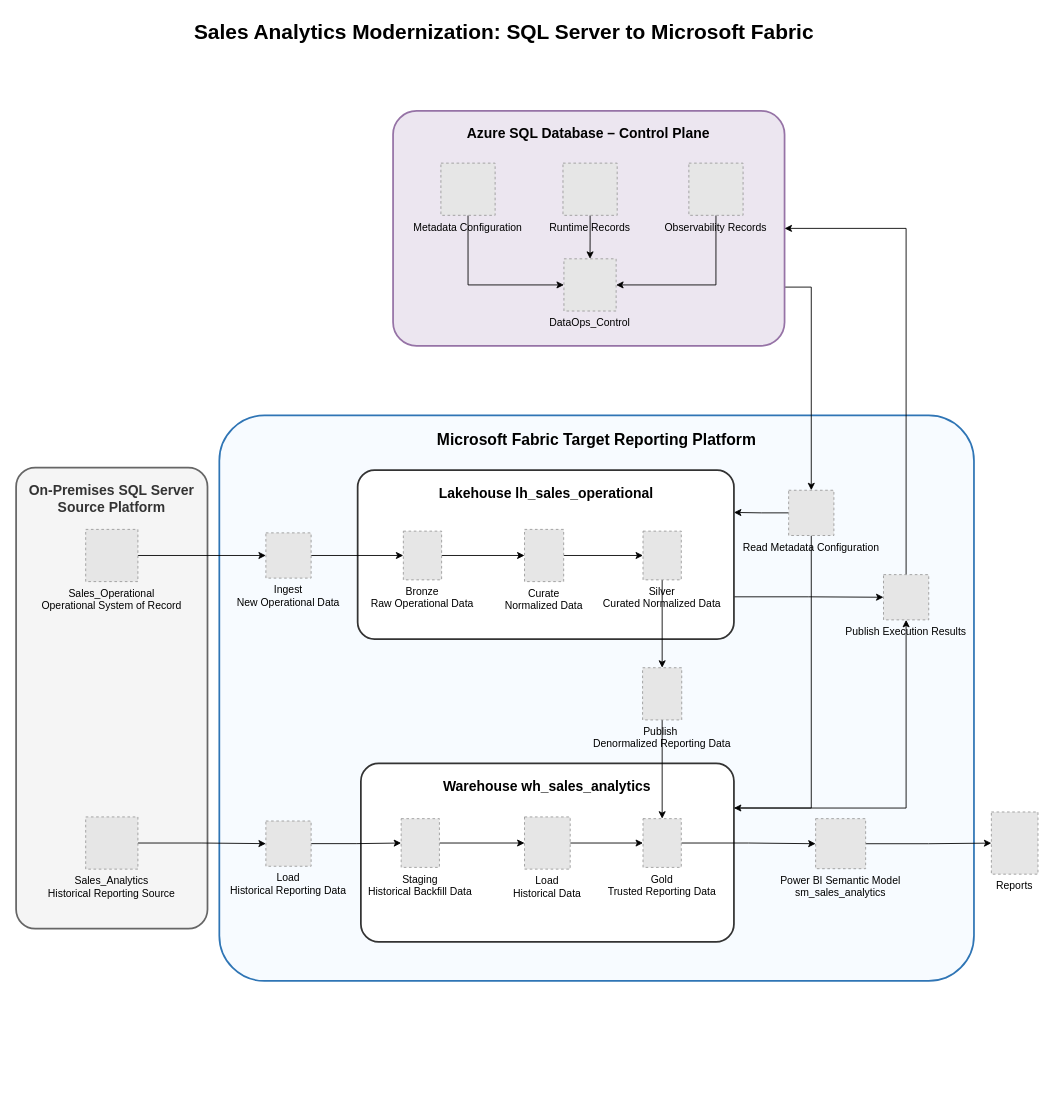
This is microsoft_fabric/sales_analytics_modernization_sql_server_to_fabric/docs/diagrams/sales_analytics_modernization_high_level_architecture.drawio from WilderJoseth/data-engineering-projects, a draw.io file, before an edit. Source tidied: cells renumbered, new cells numbered last; positions are measured from the earlier drawing's top-left corner, leaving out a move shared by most shapes. Both pictures are drawn from the tidied source at 87%, with x=0, y=0 at pixel (16, 15). Pictures stored in the file or linked from it are replaced by grey dashed boxes.
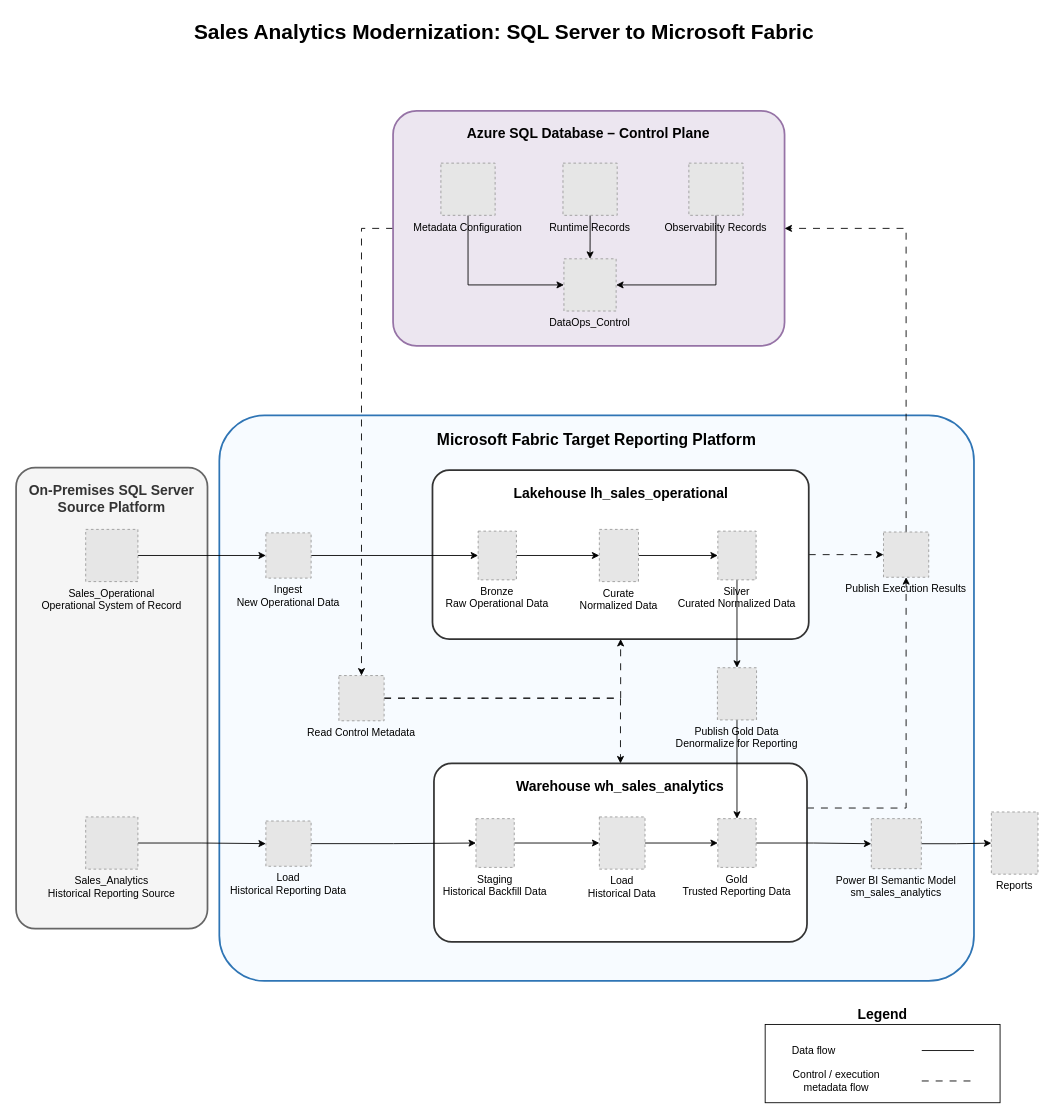
The same page after the edit.

The change refers to these unchanged cells:
```xml
<mxCell id="5" value="Azure SQL Database – Control Plane" style="rounded=1;whiteSpace=wrap;html=1;arcSize=10;strokeWidth=2;fillColor=light-dark(#ece6f0, #392f3f);strokeColor=#9673a6;fontSize=16;fontStyle=1;align=center;verticalAlign=top;spacingTop=10;" parent="1" vertex="1">
  <mxGeometry x="433.3" y="110" width="450" height="270" as="geometry" />
</mxCell>
```

Diff of the diagram source:
```diff
@@
-    <mxCell id="4" style="edgeStyle=orthogonalEdgeStyle;rounded=0;jettySize=auto;html=1;entryX=0.5;entryY=0;entryDx=0;entryDy=0;exitX=1;exitY=0.75;exitDx=0;exitDy=0;" parent="1" edge="1" source="5" target="46">
+    <mxCell id="4" style="edgeStyle=orthogonalEdgeStyle;rounded=0;jettySize=auto;html=1;entryX=0.5;entryY=0;entryDx=0;entryDy=0;dashed=1;dashPattern=8 8;" parent="1" edge="1" source="5" target="46">
       <mxGeometry relative="1" as="geometry" />
     </mxCell>
@@
-    <mxCell id="7" style="edgeStyle=orthogonalEdgeStyle;rounded=0;jettySize=auto;html=1;entryX=0;entryY=0.5;entryDx=0;entryDy=0;exitX=1;exitY=0.75;exitDx=0;exitDy=0;" parent="1" edge="1" source="8" target="48">
+    <mxCell id="7" style="edgeStyle=orthogonalEdgeStyle;rounded=0;jettySize=auto;html=1;entryX=0;entryY=0.5;entryDx=0;entryDy=0;exitX=1;exitY=0.5;exitDx=0;exitDy=0;dashed=1;dashPattern=8 8;" parent="1" edge="1" source="8" target="48">
       <mxGeometry relative="1" as="geometry" />
     </mxCell>
     <mxCell id="8" value="Lakehouse lh_sales_operational" style="rounded=1;whiteSpace=wrap;html=1;arcSize=10;strokeWidth=2;fillColor=#ffffff;strokeColor=#333333;fontSize=16;fontStyle=1;align=center;verticalAlign=top;spacingTop=10;" parent="1" vertex="1">
-      <mxGeometry x="392.6" y="523" width="432.5" height="194" as="geometry" />
+      <mxGeometry x="478.6" y="523" width="432.5" height="194" as="geometry" />
     </mxCell>
-    <mxCell id="9" style="edgeStyle=orthogonalEdgeStyle;rounded=0;jettySize=auto;html=1;entryX=0.5;entryY=1;entryDx=0;entryDy=0;exitX=1;exitY=0.25;exitDx=0;exitDy=0;" parent="1" edge="1" source="10" target="48">
+    <mxCell id="9" style="edgeStyle=orthogonalEdgeStyle;rounded=0;jettySize=auto;html=1;entryX=0.5;entryY=1;entryDx=0;entryDy=0;exitX=1;exitY=0.25;exitDx=0;exitDy=0;dashed=1;dashPattern=8 8;" parent="1" edge="1" source="10" target="48">
       <mxGeometry relative="1" as="geometry" />
     </mxCell>
     <mxCell id="10" value="Warehouse wh_sales_analytics" style="rounded=1;whiteSpace=wrap;html=1;arcSize=10;strokeWidth=2;fillColor=#ffffff;strokeColor=#333333;fontSize=16;fontStyle=1;align=center;verticalAlign=top;spacingTop=10;" parent="1" vertex="1">
-      <mxGeometry x="396.3" y="860" width="428.8" height="205" as="geometry" />
+      <mxGeometry x="480.3" y="860" width="428.8" height="205" as="geometry" />
     </mxCell>
@@
     <mxCell id="16" value="Bronze&#10;Raw Operational Data" style="fillColor=#E6E6E6;strokeColor=#999999;dashed=1;verticalLabelPosition=bottom;labelBackgroundColor=none;verticalAlign=top;" parent="1" vertex="1">
-      <mxGeometry x="445.1" y="593" width="44" height="56" as="geometry" />
+      <mxGeometry x="531.1" y="593" width="44" height="56" as="geometry" />
     </mxCell>
@@
     <mxCell id="18" value="Silver&#10;Curated Normalized Data" style="fillColor=#E6E6E6;strokeColor=#999999;dashed=1;verticalLabelPosition=bottom;labelBackgroundColor=none;verticalAlign=top;" parent="1" vertex="1">
-      <mxGeometry x="720.6" y="593" width="44" height="56" as="geometry" />
+      <mxGeometry x="806.6" y="593" width="44" height="56" as="geometry" />
     </mxCell>
@@
     <mxCell id="20" value="Curate&#10;Normalized Data" style="fillColor=#E6E6E6;strokeColor=#999999;dashed=1;verticalLabelPosition=bottom;labelBackgroundColor=none;verticalAlign=top;" parent="1" vertex="1">
-      <mxGeometry x="584.4" y="591" width="45" height="60" as="geometry" />
+      <mxGeometry x="670.4" y="591" width="45" height="60" as="geometry" />
     </mxCell>
@@
     <mxCell id="22" value="Staging&#10;Historical Backfill Data" style="fillColor=#E6E6E6;strokeColor=#999999;dashed=1;verticalLabelPosition=bottom;labelBackgroundColor=none;verticalAlign=top;" parent="1" vertex="1">
-      <mxGeometry x="442.6" y="923.5" width="44" height="56" as="geometry" />
+      <mxGeometry x="528.6" y="923.5" width="44" height="56" as="geometry" />
     </mxCell>
@@
     <mxCell id="24" value="Load&#10;Historical Data" style="fillColor=#E6E6E6;strokeColor=#999999;dashed=1;verticalLabelPosition=bottom;labelBackgroundColor=none;verticalAlign=top;" parent="1" vertex="1">
-      <mxGeometry x="584.4" y="921.5" width="52.5" height="60" as="geometry" />
+      <mxGeometry x="670.4" y="921.5" width="52.5" height="60" as="geometry" />
     </mxCell>
@@
     <mxCell id="26" value="Gold&#10;Trusted Reporting Data" style="fillColor=#E6E6E6;strokeColor=#999999;dashed=1;verticalLabelPosition=bottom;labelBackgroundColor=none;verticalAlign=top;" parent="1" vertex="1">
-      <mxGeometry x="720.6" y="923.5" width="44" height="56" as="geometry" />
+      <mxGeometry x="806.6" y="923.5" width="44" height="56" as="geometry" />
     </mxCell>
@@
-    <mxCell id="28" value="Publish &#10;Denormalized Reporting Data" style="fillColor=#E6E6E6;strokeColor=#999999;dashed=1;verticalLabelPosition=bottom;labelBackgroundColor=none;verticalAlign=top;" parent="1" vertex="1">
-      <mxGeometry x="720.1" y="750" width="45" height="60" as="geometry" />
+    <mxCell id="28" value="Publish Gold Data&#10;Denormalize for Reporting" style="fillColor=#E6E6E6;strokeColor=#999999;dashed=1;verticalLabelPosition=bottom;labelBackgroundColor=none;verticalAlign=top;" parent="1" vertex="1">
+      <mxGeometry x="806.1" y="750" width="45" height="60" as="geometry" />
     </mxCell>
@@
     <mxCell id="30" value="Power BI Semantic Model&#10;sm_sales_analytics" style="fillColor=#E6E6E6;strokeColor=#999999;dashed=1;verticalLabelPosition=bottom;labelBackgroundColor=none;verticalAlign=top;" parent="1" vertex="1">
-      <mxGeometry x="919" y="923.5" width="57.5" height="57.5" as="geometry" />
+      <mxGeometry x="983" y="923.5" width="57.5" height="57.5" as="geometry" />
     </mxCell>
@@
-    <mxCell id="44" style="edgeStyle=orthogonalEdgeStyle;rounded=0;jettySize=auto;html=1;entryX=1;entryY=0.25;entryDx=0;entryDy=0;" parent="1" edge="1" source="46" target="8">
+    <mxCell id="44" style="edgeStyle=orthogonalEdgeStyle;rounded=0;jettySize=auto;html=1;entryX=0.5;entryY=1;entryDx=0;entryDy=0;dashed=1;dashPattern=8 8;" parent="1" edge="1" source="46" target="8">
       <mxGeometry relative="1" as="geometry" />
     </mxCell>
-    <mxCell id="45" style="edgeStyle=orthogonalEdgeStyle;rounded=0;jettySize=auto;html=1;entryX=1;entryY=0.25;entryDx=0;entryDy=0;exitX=0.5;exitY=1;exitDx=0;exitDy=0;" parent="1" edge="1" source="46" target="10">
+    <mxCell id="45" style="edgeStyle=orthogonalEdgeStyle;rounded=0;jettySize=auto;html=1;entryX=0.5;entryY=0;entryDx=0;entryDy=0;dashed=1;dashPattern=8 8;" parent="1" edge="1" source="46" target="10">
       <mxGeometry relative="1" as="geometry" />
     </mxCell>
-    <mxCell id="46" value="Read Metadata Configuration" style="fillColor=#E6E6E6;strokeColor=#999999;dashed=1;verticalLabelPosition=bottom;labelBackgroundColor=none;verticalAlign=top;" parent="1" vertex="1">
-      <mxGeometry x="888" y="546" width="52" height="52" as="geometry" />
+    <mxCell id="46" value="Read Control Metadata" style="fillColor=#E6E6E6;strokeColor=#999999;dashed=1;verticalLabelPosition=bottom;labelBackgroundColor=none;verticalAlign=top;" parent="1" vertex="1">
+      <mxGeometry x="371" y="759" width="52" height="52" as="geometry" />
     </mxCell>
-    <mxCell id="47" style="edgeStyle=orthogonalEdgeStyle;rounded=0;jettySize=auto;html=1;entryX=1;entryY=0.5;entryDx=0;entryDy=0;exitX=0.5;exitY=0;exitDx=0;exitDy=0;" parent="1" edge="1" source="48" target="5">
+    <mxCell id="47" style="edgeStyle=orthogonalEdgeStyle;rounded=0;jettySize=auto;html=1;entryX=1;entryY=0.5;entryDx=0;entryDy=0;exitX=0.5;exitY=0;exitDx=0;exitDy=0;dashed=1;dashPattern=8 8;" parent="1" edge="1" source="48" target="5">
       <mxGeometry relative="1" as="geometry" />
     </mxCell>
     <mxCell id="48" value="Publish Execution Results" style="fillColor=#E6E6E6;strokeColor=#999999;dashed=1;verticalLabelPosition=bottom;labelBackgroundColor=none;verticalAlign=top;" parent="1" vertex="1">
-      <mxGeometry x="997" y="643" width="52" height="52" as="geometry" />
+      <mxGeometry x="997" y="594" width="52" height="52" as="geometry" />
     </mxCell>
+    <mxCell id="49" value="&lt;font style=&quot;font-size: 16px;&quot;&gt;Legend&lt;/font&gt;" style="rounded=0;whiteSpace=wrap;html=1;gradientColor=none;fillColor=none;labelPosition=center;verticalLabelPosition=top;align=center;verticalAlign=bottom;fontStyle=1;" parent="1" vertex="1">
+      <mxGeometry x="861" y="1160" width="270" height="90" as="geometry" />
+    </mxCell>
+    <mxCell id="50" value="Control / execution metadata flow" style="text;html=1;whiteSpace=wrap;strokeColor=none;fillColor=none;align=center;verticalAlign=middle;rounded=0;fontSize=12;" parent="1" vertex="1">
+      <mxGeometry x="889.3" y="1210" width="107.7" height="30" as="geometry" />
+    </mxCell>
+    <mxCell id="51" value="Data flow" style="text;html=1;whiteSpace=wrap;strokeColor=none;fillColor=none;align=center;verticalAlign=middle;rounded=0;fontSize=12;" parent="1" vertex="1">
+      <mxGeometry x="883.3" y="1180" width="67.7" height="20" as="geometry" />
+    </mxCell>
+    <mxCell id="52" style="line;strokeWidth=1;dashed=0;labelPosition=right;align=left;verticalAlign=middle;spacingTop=0;spacingLeft=6;" parent="1" vertex="1">
+      <mxGeometry x="1041" y="1185" width="60" height="10" as="geometry" />
+    </mxCell>
+    <mxCell id="53" style="line;strokeWidth=1;dashed=1;labelPosition=right;align=left;verticalAlign=middle;spacingTop=0;spacingLeft=6;dashPattern=8 8;" parent="1" vertex="1">
+      <mxGeometry x="1041" y="1220" width="60" height="10" as="geometry" />
+    </mxCell>
```
